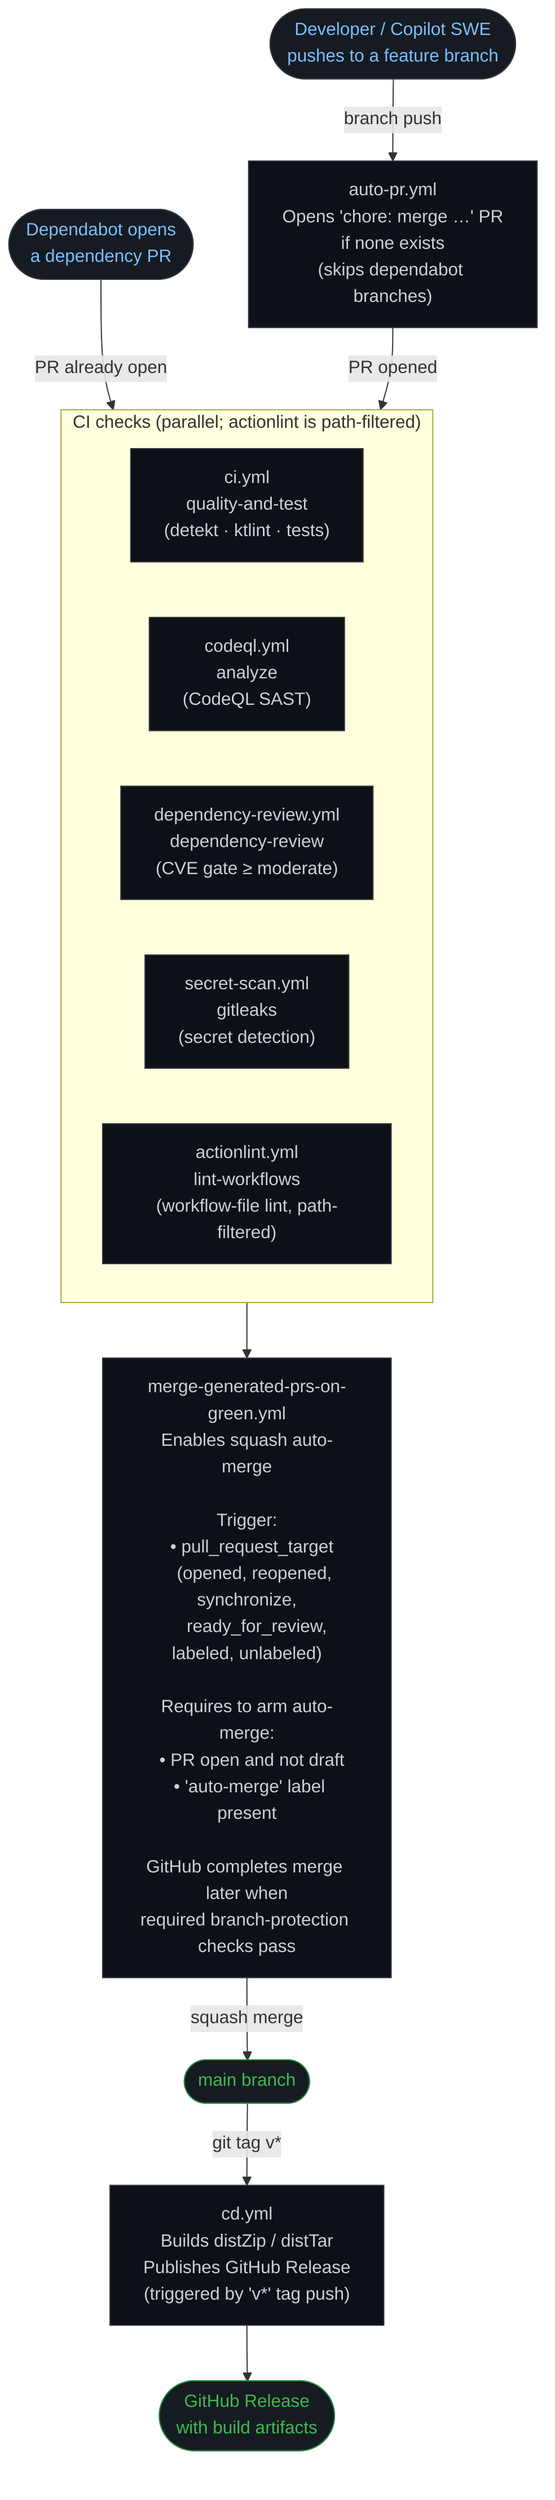
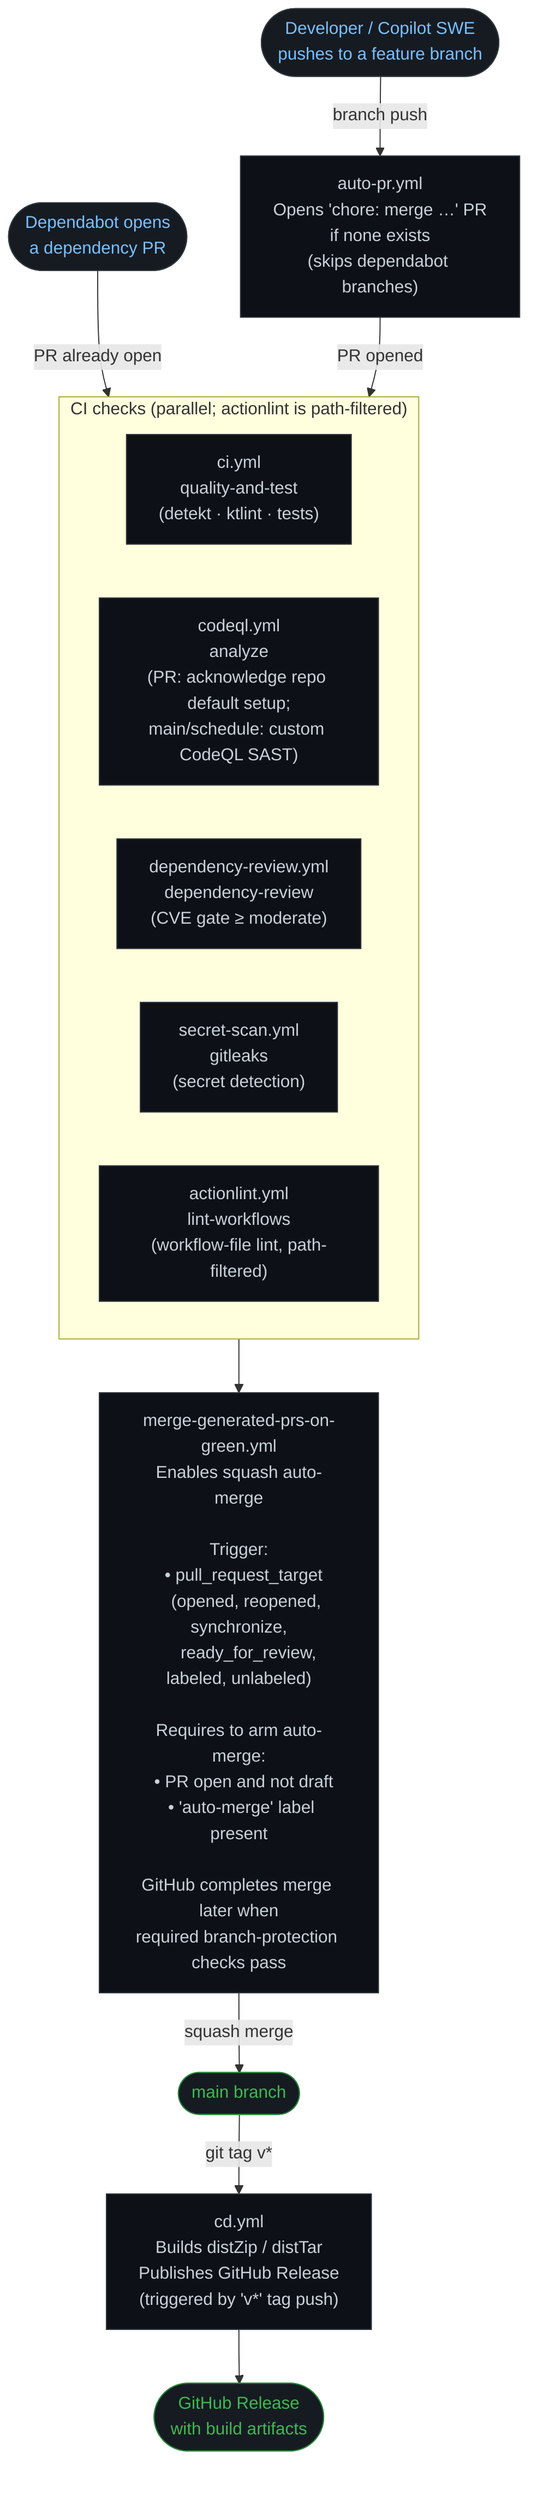
```mermaid
flowchart TD
    %% ── Entry points ──────────────────────────────────────────────────────────
    DEV([Developer / Copilot SWE\npushes to a feature branch])
    DEP([Dependabot opens\na dependency PR])

    %% ── Automation ────────────────────────────────────────────────────────────
    AUTO_PR["auto-pr.yml\nOpens 'chore: merge …' PR\nif none exists\n(skips dependabot branches)"]

    %% ── Required CI checks ────────────────────────────────────────────────────
    subgraph CI ["CI checks (parallel; actionlint is path-filtered)"]
        direction LR
        CI_JOB["ci.yml\nquality-and-test\n(detekt · ktlint · tests)"]
-         CODEQL["codeql.yml\nanalyze\n(CodeQL SAST)"]
+         CODEQL["codeql.yml\nanalyze\n(PR: acknowledge repo default setup;\nmain/schedule: custom CodeQL SAST)"]
        DEPREVIEW["dependency-review.yml\ndependency-review\n(CVE gate ≥ moderate)"]
        SECRET["secret-scan.yml\ngitleaks\n(secret detection)"]
        ACTIONLINT["actionlint.yml\nlint-workflows\n(workflow-file lint, path-filtered)"]
    end

    %% ── Merge ─────────────────────────────────────────────────────────────────
    MERGE["merge-generated-prs-on-green.yml\nEnables squash auto-merge\n\nTrigger:\n  • pull_request_target\n    (opened, reopened, synchronize,\n     ready_for_review, labeled, unlabeled)\n\nRequires to arm auto-merge:\n  • PR open and not draft\n  • 'auto-merge' label present\n\nGitHub completes merge later when\nrequired branch-protection checks pass"]

    %% ── CD ────────────────────────────────────────────────────────────────────
    MAIN([main branch])
    CD["cd.yml\nBuilds distZip / distTar\nPublishes GitHub Release\n(triggered by 'v*' tag push)"]
    RELEASE([GitHub Release\nwith build artifacts])

    %% ── Flow ──────────────────────────────────────────────────────────────────
    DEV -->|branch push| AUTO_PR
    DEP -->|PR already open| CI

    AUTO_PR -->|PR opened| CI
    CI --> MERGE

    MERGE -->|squash merge| MAIN

    MAIN -->|git tag v*| CD
    CD --> RELEASE

    %% ── Styling ───────────────────────────────────────────────────────────────
    classDef workflow fill:#0d1117,stroke:#30363d,color:#c9d1d9
    classDef actor    fill:#161b22,stroke:#30363d,color:#79c0ff,shape:stadium
    classDef external fill:#161b22,stroke:#238636,color:#3fb950,shape:stadium

    class AUTO_PR,CI_JOB,CODEQL,DEPREVIEW,SECRET,ACTIONLINT,MERGE,CD workflow
    class DEV,DEP actor
    class MAIN,RELEASE external
```
